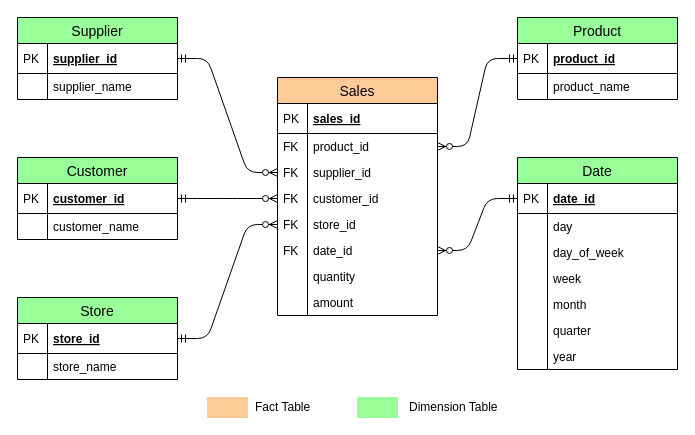
Above: dw/ass2/star-schema.drawio in nanoix9/2019Papers (draw.io), before the change. Source tidied: cells renumbered, new cells numbered last; positions are measured from the earlier drawing's top-left corner, leaving out a move shared by most shapes. Both pictures are drawn from the tidied source at 100%, with x=0, y=0 at pixel (17, 17).
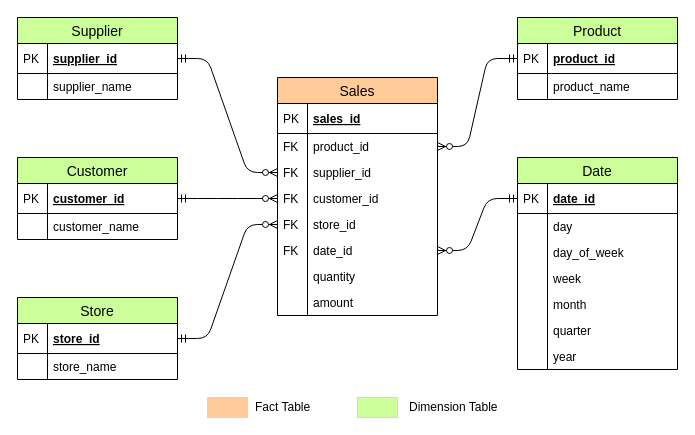
The same diagram, later.

Diff of the diagram source:
```diff
@@
-    <mxCell id="24" value="Date" style="swimlane;fontStyle=0;horizontal=1;startSize=26;align=center;fontSize=14;fillColor=#99FF99;fontFamily=Helvetica;" parent="1" vertex="1">
+    <mxCell id="24" value="Date" style="swimlane;fontStyle=0;horizontal=1;startSize=26;align=center;fontSize=14;fillColor=#CCFF99;fontFamily=Helvetica;" parent="1" vertex="1">
       <mxGeometry x="500" y="140" width="160" height="212" as="geometry" />
     </mxCell>
@@
-    <mxCell id="39" value="Store" style="swimlane;fontStyle=0;horizontal=1;startSize=26;align=center;fontSize=14;fillColor=#99FF99;fontFamily=Helvetica;" parent="1" vertex="1">
+    <mxCell id="39" value="Store" style="swimlane;fontStyle=0;horizontal=1;startSize=26;align=center;fontSize=14;fillColor=#CCFF99;fontFamily=Helvetica;" parent="1" vertex="1">
       <mxGeometry y="280" width="160" height="82" as="geometry" />
     </mxCell>
@@
-    <mxCell id="44" value="Supplier" style="swimlane;fontStyle=0;horizontal=1;startSize=26;align=center;fontSize=14;fillColor=#99FF99;fontFamily=Helvetica;fontColor=#000000;" parent="1" vertex="1">
+    <mxCell id="44" value="Supplier" style="swimlane;fontStyle=0;horizontal=1;startSize=26;align=center;fontSize=14;fillColor=#CCFF99;fontFamily=Helvetica;fontColor=#000000;" parent="1" vertex="1">
       <mxGeometry width="160" height="82" as="geometry" />
     </mxCell>
@@
-    <mxCell id="49" value="Customer" style="swimlane;fontStyle=0;horizontal=1;startSize=26;align=center;fontSize=14;fillColor=#99FF99;fontFamily=Helvetica;" parent="1" vertex="1">
+    <mxCell id="49" value="Customer" style="swimlane;fontStyle=0;horizontal=1;startSize=26;align=center;fontSize=14;fillColor=#CCFF99;fontFamily=Helvetica;" parent="1" vertex="1">
       <mxGeometry y="140" width="160" height="82" as="geometry" />
     </mxCell>
@@
-    <mxCell id="54" value="Product" style="swimlane;fontStyle=0;horizontal=1;startSize=26;align=center;fontSize=14;fillColor=#99FF99;fontFamily=Helvetica;" parent="1" vertex="1">
+    <mxCell id="54" value="Product" style="swimlane;fontStyle=0;horizontal=1;startSize=26;align=center;fontSize=14;fillColor=#CCFF99;fontFamily=Helvetica;" parent="1" vertex="1">
       <mxGeometry x="500" width="160" height="82" as="geometry" />
     </mxCell>
@@
-    <mxCell id="60" style="rounded=0;whiteSpace=wrap;html=1;fillColor=#99FF99;strokeColor=#99FF99;" parent="1" vertex="1">
+    <mxCell id="60" style="rounded=0;whiteSpace=wrap;html=1;fillColor=#CCFF99;strokeColor=#99FF99;" parent="1" vertex="1">
       <mxGeometry x="340" y="380" width="40" height="20" as="geometry" />
     </mxCell>
```
